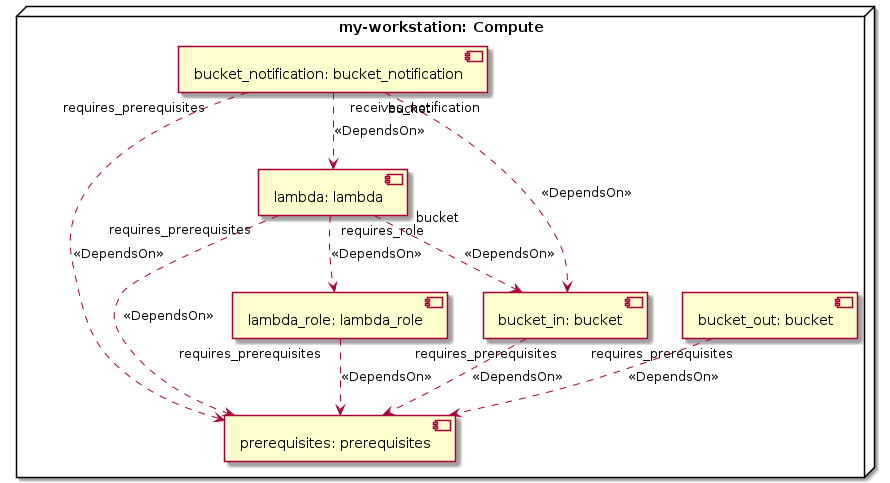
xlab-si/xopera-examples keeps this PlantUML diagram as diagrams/cloud-aws-thumbnail-generator-service-uml2-deployment-diagram.png. Above is the earlier version. Source of this version:
```plantuml
@startuml
skinparam componentStyle uml2

node "my-workstation: Compute" as node_my_workstation {
component "prerequisites: prerequisites" as node_prerequisites
component "lambda_role: lambda_role" as node_lambda_role
component "lambda: lambda" as node_lambda
component "bucket_in: bucket" as node_bucket_in
component "bucket_out: bucket" as node_bucket_out
component "bucket_notification: bucket_notification" as node_bucket_notification
}
node_lambda_role "requires_prerequisites" ..> node_prerequisites : <<DependsOn>>
node_lambda "requires_prerequisites" ..> node_prerequisites : <<DependsOn>>
node_lambda "requires_role" ..> node_lambda_role : <<DependsOn>>
node_lambda "bucket" ..> node_bucket_in : <<DependsOn>>
node_bucket_in "requires_prerequisites" ..> node_prerequisites : <<DependsOn>>
node_bucket_out "requires_prerequisites" ..> node_prerequisites : <<DependsOn>>
node_bucket_notification "requires_prerequisites" ..> node_prerequisites : <<DependsOn>>
node_bucket_notification "receives_notification" ..> node_lambda : <<DependsOn>>
node_bucket_notification "bucket" ..> node_bucket_in : <<DependsOn>>
@enduml
```
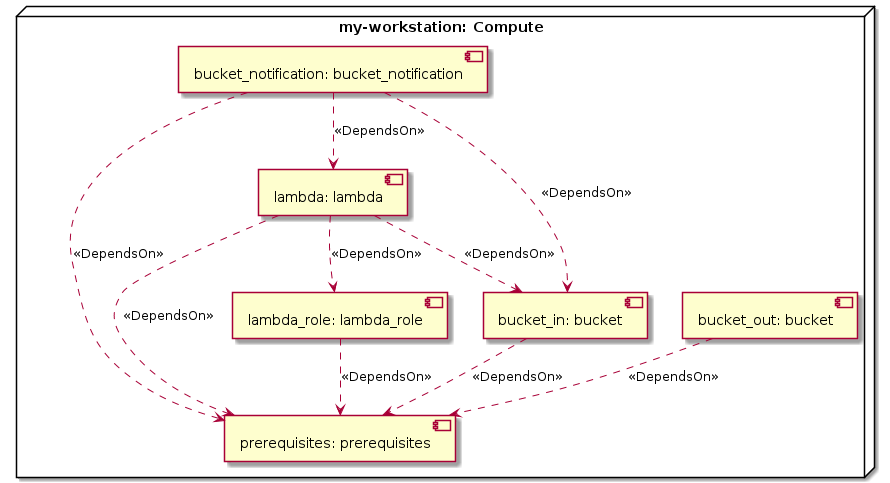
The same diagram one commit later.

What changed in the source:
```diff
@@ -9,13 +9,13 @@
 component "bucket_out: bucket" as node_bucket_out
 component "bucket_notification: bucket_notification" as node_bucket_notification
 }
-node_lambda_role "requires_prerequisites" ..> node_prerequisites : <<DependsOn>>
-node_lambda "requires_prerequisites" ..> node_prerequisites : <<DependsOn>>
-node_lambda "requires_role" ..> node_lambda_role : <<DependsOn>>
-node_lambda "bucket" ..> node_bucket_in : <<DependsOn>>
-node_bucket_in "requires_prerequisites" ..> node_prerequisites : <<DependsOn>>
-node_bucket_out "requires_prerequisites" ..> node_prerequisites : <<DependsOn>>
-node_bucket_notification "requires_prerequisites" ..> node_prerequisites : <<DependsOn>>
-node_bucket_notification "receives_notification" ..> node_lambda : <<DependsOn>>
-node_bucket_notification "bucket" ..> node_bucket_in : <<DependsOn>>
+node_lambda_role ..> node_prerequisites : <<DependsOn>>
+node_lambda ..> node_prerequisites : <<DependsOn>>
+node_lambda ..> node_lambda_role : <<DependsOn>>
+node_lambda ..> node_bucket_in : <<DependsOn>>
+node_bucket_in ..> node_prerequisites : <<DependsOn>>
+node_bucket_out ..> node_prerequisites : <<DependsOn>>
+node_bucket_notification ..> node_prerequisites : <<DependsOn>>
+node_bucket_notification ..> node_lambda : <<DependsOn>>
+node_bucket_notification ..> node_bucket_in : <<DependsOn>>
 @enduml
```
